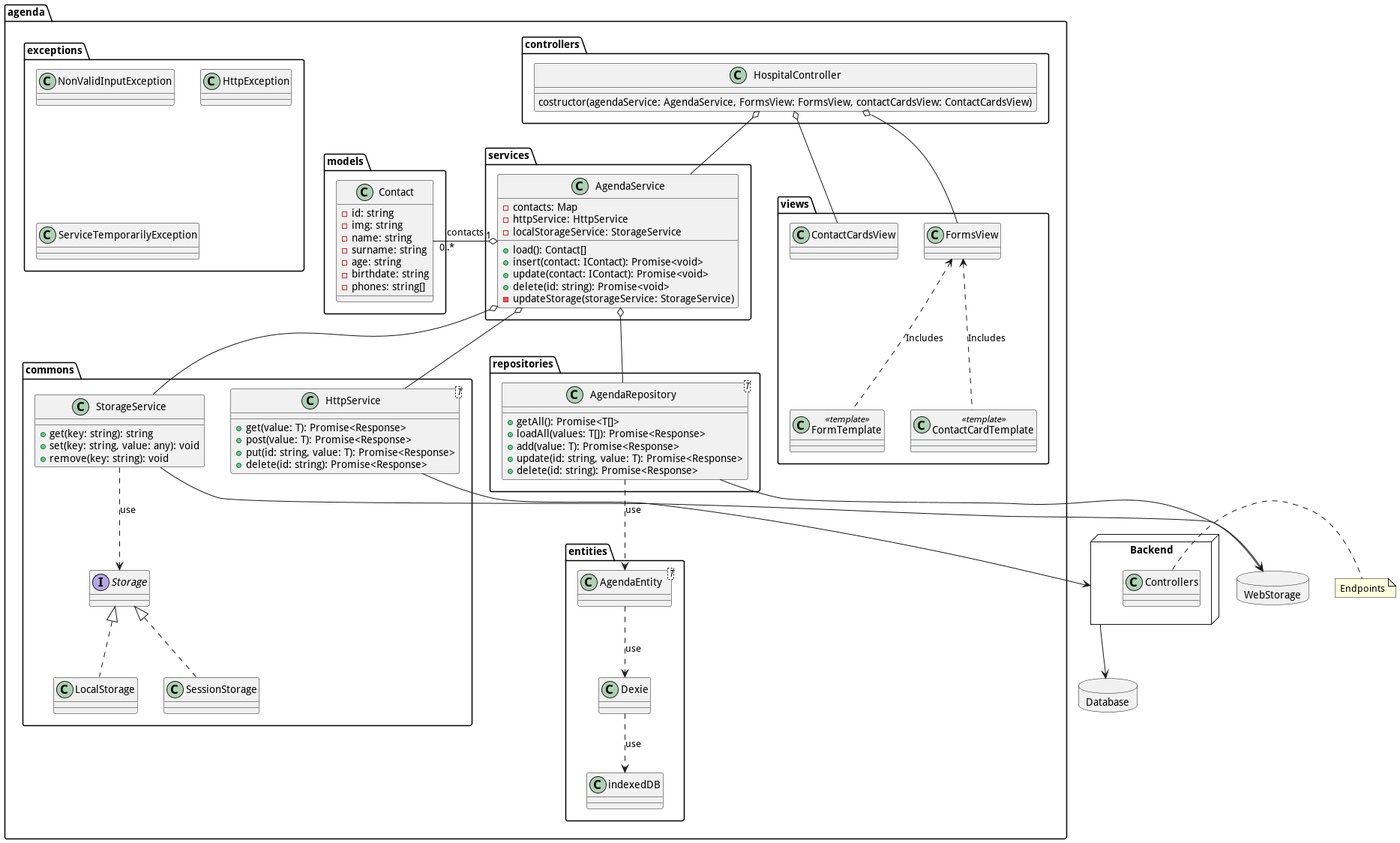
raulwwq0/Agenda-TypeScript keeps this PlantUML diagram as docs/uml/Client.png. Above is the earlier version.
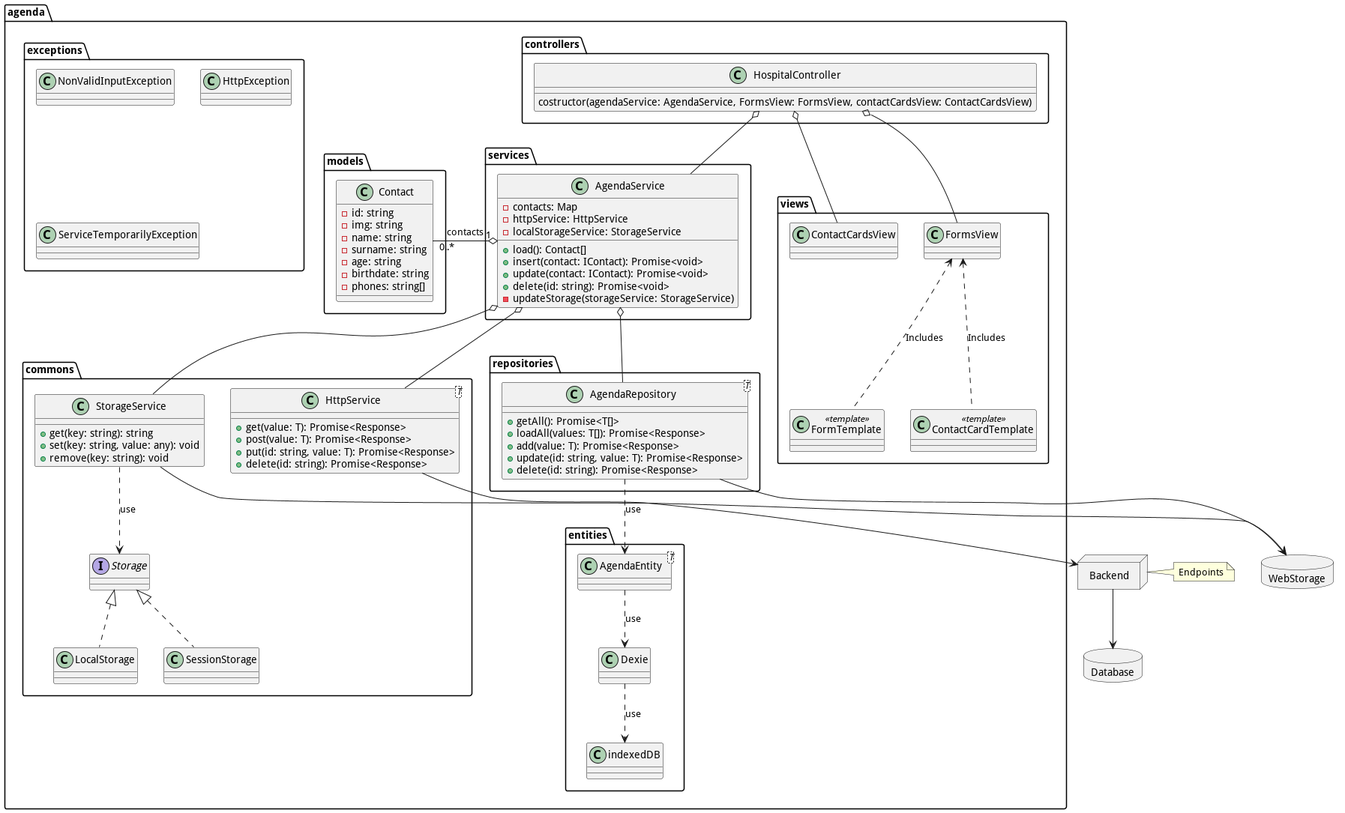
The same diagram one commit later.

Commit message:
docs: uml image processed

What changed in the source:
```diff
@@ -1,14 +1,5 @@
 @startuml Client
-
-package Database <<Database>> {
-
-}
-node Backend {
-    class Controllers{}
-}
-note right: Endpoints
-
-Backend --> Database
+allowmixing
 
 package agenda {
 
@@ -118,9 +109,15 @@
 
 }
 
-package WebStorage <<Database>> {
+database WebStorage
 
-}
+database Database
+
+node Backend
+
+note right: Endpoints
+
+Backend --> Database
 
 AgendaRepository --> WebStorage
 StorageService --> WebStorage
```
